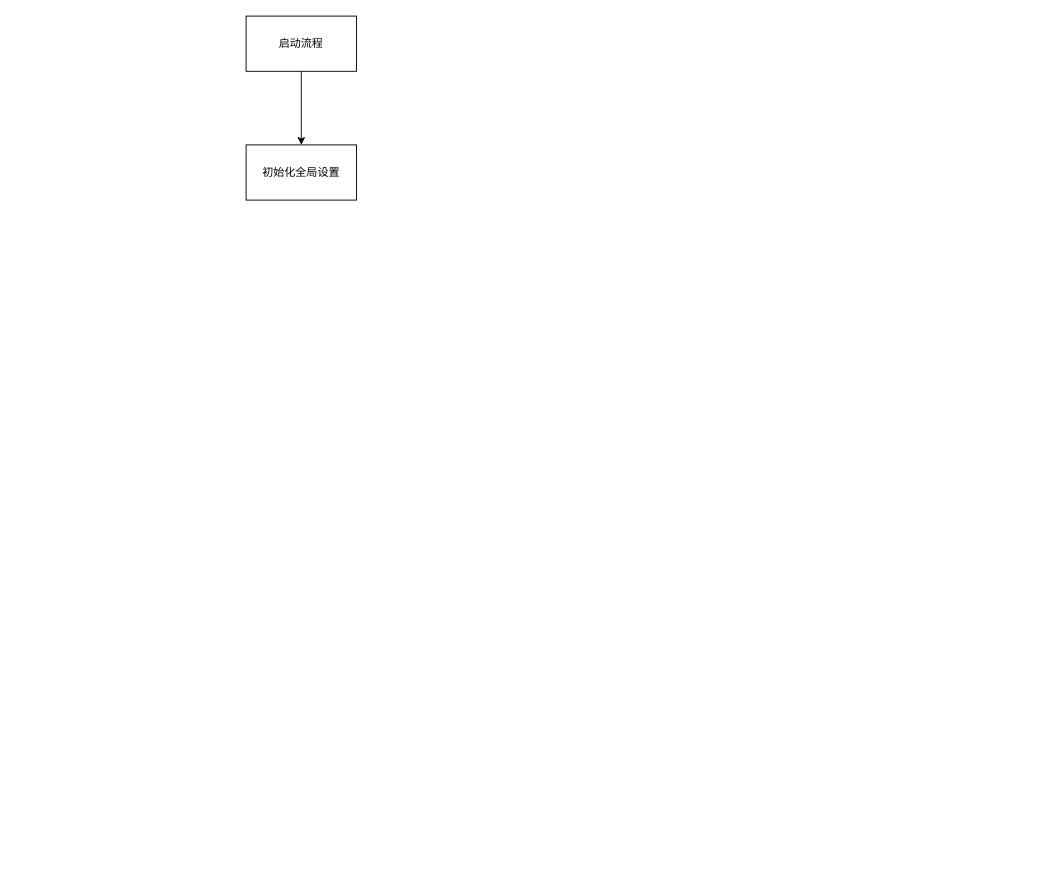
The draw.io diagram GF 使用流程.drawio in xzp3094997376/DrawIO, before the edit. Source tidied: cells renumbered, new cells numbered last; positions are measured from the earlier drawing's top-left corner, leaving out a move shared by most shapes. Both pictures are drawn from the tidied source at 92%, with x=0, y=0 at pixel (246, 16).
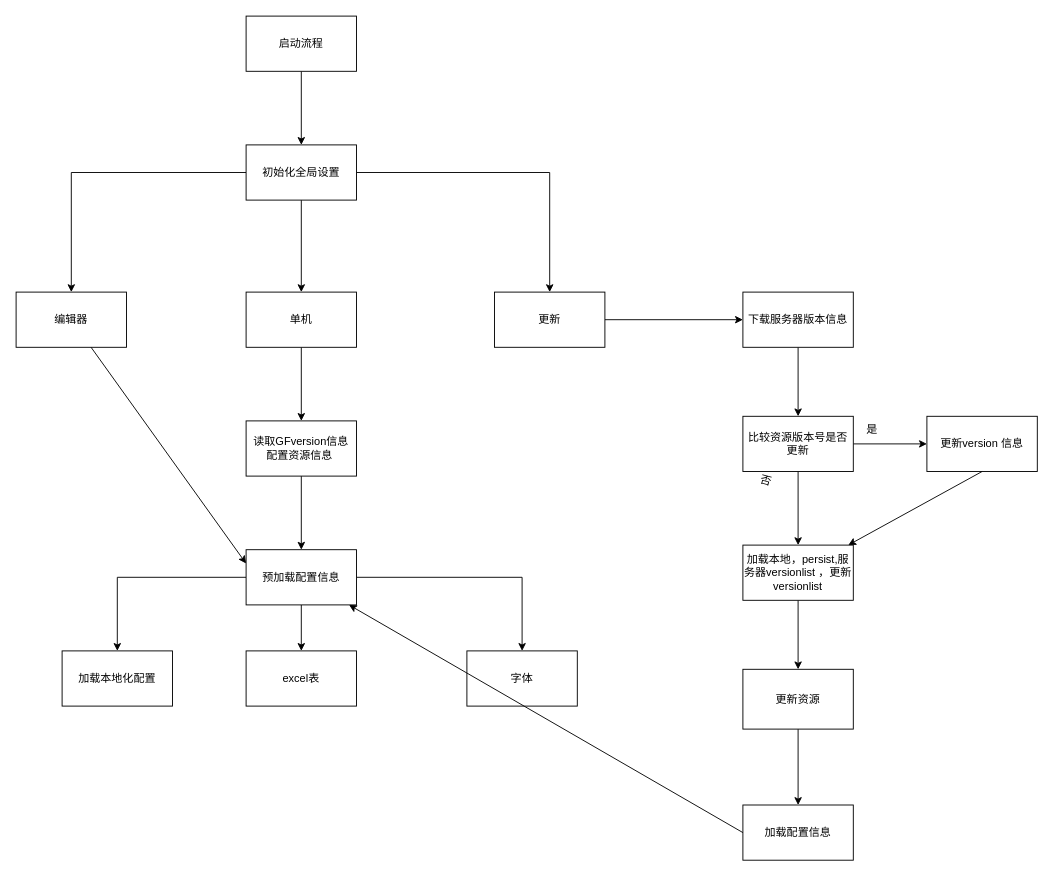
The same diagram, later.

Unchanged cells that the change refers to:
```xml
<mxCell id="4" value="初始化全局设置" style="whiteSpace=wrap;html=1;" parent="1" vertex="1">
  <mxGeometry y="140" width="120" height="60" as="geometry" />
</mxCell>
```

Diff of the diagram source:
```diff
@@
+    <mxCell id="5" style="edgeStyle=orthogonalEdgeStyle;rounded=0;jettySize=auto;html=1;" parent="1" edge="1" source="4" target="8">
+      <mxGeometry relative="1" as="geometry" />
+    </mxCell>
+    <mxCell id="6" style="edgeStyle=orthogonalEdgeStyle;rounded=0;jettySize=auto;html=1;" parent="1" edge="1" source="4" target="10">
+      <mxGeometry relative="1" as="geometry" />
+    </mxCell>
+    <mxCell id="7" style="edgeStyle=orthogonalEdgeStyle;rounded=0;jettySize=auto;html=1;" parent="1" edge="1" source="4" target="12">
+      <mxGeometry relative="1" as="geometry" />
+    </mxCell>
@@
+    <mxCell id="8" value="编辑器" style="whiteSpace=wrap;html=1;" parent="1" vertex="1">
+      <mxGeometry x="-250" y="300" width="120" height="60" as="geometry" />
+    </mxCell>
+    <mxCell id="9" style="edgeStyle=orthogonalEdgeStyle;rounded=0;jettySize=auto;html=1;" parent="1" edge="1" source="10" target="14">
+      <mxGeometry relative="1" as="geometry" />
+    </mxCell>
+    <mxCell id="10" value="单机" style="whiteSpace=wrap;html=1;" parent="1" vertex="1">
+      <mxGeometry y="300" width="120" height="60" as="geometry" />
+    </mxCell>
+    <mxCell id="11" style="edgeStyle=orthogonalEdgeStyle;rounded=0;jettySize=auto;html=1;" parent="1" edge="1" source="12" target="24">
+      <mxGeometry relative="1" as="geometry" />
+    </mxCell>
+    <mxCell id="12" value="更新" style="whiteSpace=wrap;html=1;" parent="1" vertex="1">
+      <mxGeometry x="270" y="300" width="120" height="60" as="geometry" />
+    </mxCell>
+    <mxCell id="13" style="edgeStyle=orthogonalEdgeStyle;rounded=0;jettySize=auto;html=1;" parent="1" edge="1" source="14" target="18">
+      <mxGeometry relative="1" as="geometry" />
+    </mxCell>
+    <mxCell id="14" value="读取GFversion信息&lt;br&gt;配置资源信息&amp;nbsp;" style="whiteSpace=wrap;html=1;" parent="1" vertex="1">
+      <mxGeometry y="440" width="120" height="60" as="geometry" />
+    </mxCell>
+    <mxCell id="15" style="edgeStyle=orthogonalEdgeStyle;rounded=0;jettySize=auto;html=1;" parent="1" edge="1" source="18" target="19">
+      <mxGeometry relative="1" as="geometry" />
+    </mxCell>
+    <mxCell id="16" style="edgeStyle=orthogonalEdgeStyle;rounded=0;jettySize=auto;html=1;" parent="1" edge="1" source="18" target="20">
+      <mxGeometry relative="1" as="geometry" />
+    </mxCell>
+    <mxCell id="17" style="edgeStyle=orthogonalEdgeStyle;rounded=0;jettySize=auto;html=1;" parent="1" edge="1" source="18" target="21">
+      <mxGeometry relative="1" as="geometry" />
+    </mxCell>
+    <mxCell id="18" value="预加载配置信息" style="whiteSpace=wrap;html=1;" parent="1" vertex="1">
+      <mxGeometry y="580" width="120" height="60" as="geometry" />
+    </mxCell>
+    <mxCell id="19" value="加载本地化配置" style="whiteSpace=wrap;html=1;" parent="1" vertex="1">
+      <mxGeometry x="-200" y="690" width="120" height="60" as="geometry" />
+    </mxCell>
+    <mxCell id="20" value="excel表" style="whiteSpace=wrap;html=1;" parent="1" vertex="1">
+      <mxGeometry y="690" width="120" height="60" as="geometry" />
+    </mxCell>
+    <mxCell id="21" value="字体" style="whiteSpace=wrap;html=1;" parent="1" vertex="1">
+      <mxGeometry x="240" y="690" width="120" height="60" as="geometry" />
+    </mxCell>
+    <mxCell id="22" style="endArrow=classic;html=1;rounded=0;entryX=0;entryY=0.25;entryDx=0;entryDy=0;" parent="1" edge="1" source="8" target="18">
+      <mxGeometry relative="1" as="geometry" />
+    </mxCell>
+    <mxCell id="23" style="edgeStyle=orthogonalEdgeStyle;rounded=0;jettySize=auto;html=1;" parent="1" edge="1" source="24" target="27">
+      <mxGeometry relative="1" as="geometry" />
+    </mxCell>
+    <mxCell id="24" value="下载服务器版本信息" style="whiteSpace=wrap;html=1;" parent="1" vertex="1">
+      <mxGeometry x="540" y="300" width="120" height="60" as="geometry" />
+    </mxCell>
+    <mxCell id="25" style="edgeStyle=orthogonalEdgeStyle;rounded=0;jettySize=auto;html=1;" parent="1" edge="1" source="27" target="31">
+      <mxGeometry relative="1" as="geometry" />
+    </mxCell>
+    <mxCell id="26" style="edgeStyle=orthogonalEdgeStyle;rounded=0;jettySize=auto;html=1;" parent="1" edge="1" source="27" target="32">
+      <mxGeometry relative="1" as="geometry" />
+    </mxCell>
+    <mxCell id="27" value="比较资源版本号是否更新" style="whiteSpace=wrap;html=1;" parent="1" vertex="1">
+      <mxGeometry x="540" y="435" width="120" height="60" as="geometry" />
+    </mxCell>
+    <mxCell id="28" value="是" style="text;html=1;align=center;verticalAlign=middle;strokeColor=none;fillColor=none;" parent="1" vertex="1">
+      <mxGeometry x="665" y="440" width="30" height="20" as="geometry" />
+    </mxCell>
+    <mxCell id="29" value="否" style="text;html=1;align=center;verticalAlign=middle;strokeColor=none;fillColor=none;rotation=15;" parent="1" vertex="1">
+      <mxGeometry x="550" y="495" width="30" height="20" as="geometry" />
+    </mxCell>
+    <mxCell id="30" style="edgeStyle=orthogonalEdgeStyle;rounded=0;jettySize=auto;html=1;" parent="1" edge="1" source="31" target="35">
+      <mxGeometry relative="1" as="geometry" />
+    </mxCell>
+    <mxCell id="31" value="加载本地，persist,服务器versionlist ，更新versionlist" style="whiteSpace=wrap;html=1;" parent="1" vertex="1">
+      <mxGeometry x="540" y="575" width="120" height="60" as="geometry" />
+    </mxCell>
+    <mxCell id="32" value="更新version 信息" style="whiteSpace=wrap;html=1;" parent="1" vertex="1">
+      <mxGeometry x="740" y="435" width="120" height="60" as="geometry" />
+    </mxCell>
+    <mxCell id="33" style="endArrow=classic;html=1;rounded=0;exitX=0.5;exitY=1;exitDx=0;exitDy=0;" parent="1" edge="1" source="32" target="31">
+      <mxGeometry relative="1" as="geometry" />
+    </mxCell>
+    <mxCell id="34" style="edgeStyle=orthogonalEdgeStyle;rounded=0;jettySize=auto;html=1;" parent="1" edge="1" source="35" target="36">
+      <mxGeometry relative="1" as="geometry" />
+    </mxCell>
+    <mxCell id="35" value="更新资源" style="whiteSpace=wrap;html=1;" parent="1" vertex="1">
+      <mxGeometry x="540" y="710" width="120" height="65" as="geometry" />
+    </mxCell>
+    <mxCell id="36" value="加载配置信息" style="whiteSpace=wrap;html=1;" parent="1" vertex="1">
+      <mxGeometry x="540" y="857.5" width="120" height="60" as="geometry" />
+    </mxCell>
+    <mxCell id="37" style="endArrow=classic;html=1;rounded=0;exitX=0;exitY=0.5;exitDx=0;exitDy=0;" parent="1" edge="1" source="36" target="18">
+      <mxGeometry relative="1" as="geometry" />
+    </mxCell>
```
